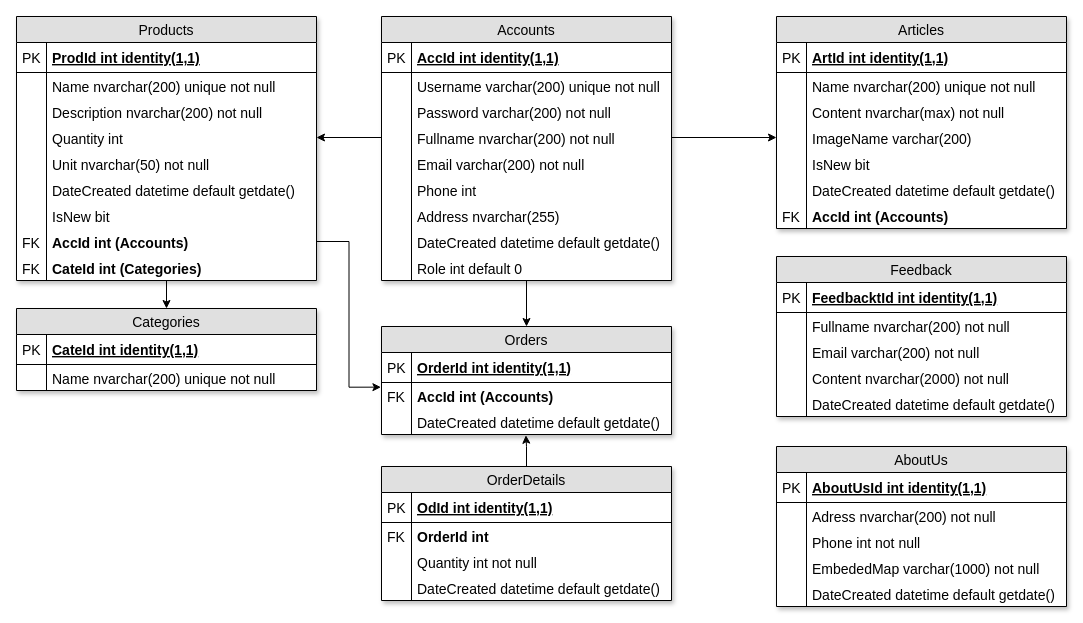
Before: page "Database" (2 of 3) of PetCare-design-Phuong-PC.drawio in duyphuong403/PetCare, a draw.io diagram. Source tidied: cells renumbered, new cells numbered last; positions are measured from the earlier drawing's top-left corner, leaving out a move shared by most shapes. Both pictures are drawn from the tidied source at 100%, with x=0, y=0 at pixel (16, 16).
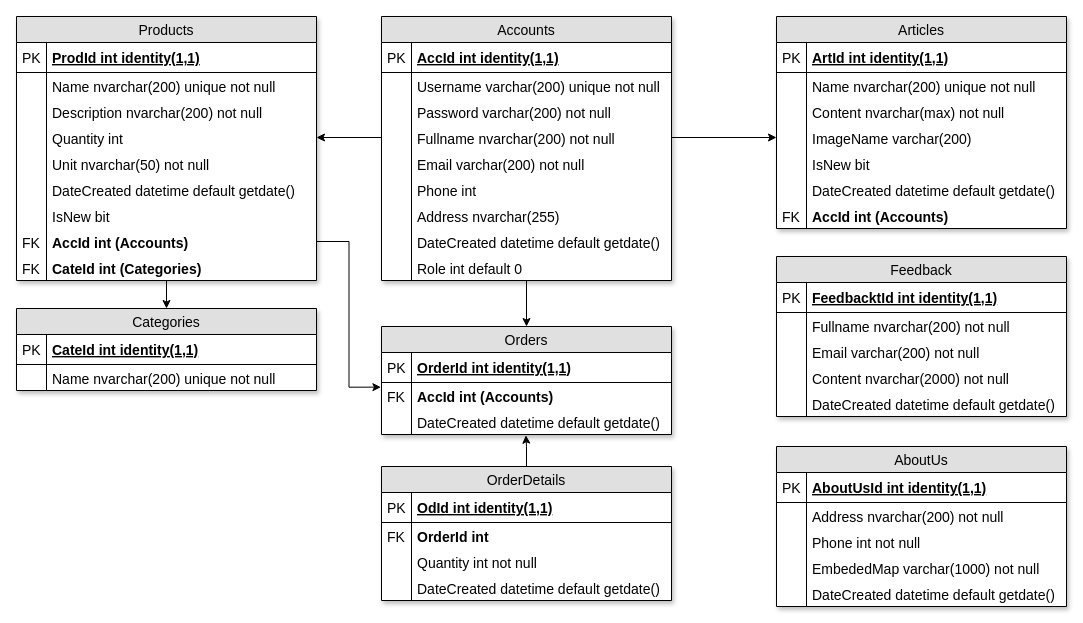
After the change.

The change refers to these unchanged cells:
```xml
<mxCell id="93" value="AboutUs" style="swimlane;fontStyle=0;horizontal=1;startSize=26;fillColor=#e0e0e0;swimlaneFillColor=#ffffff;align=center;fontSize=14;glass=0;rounded=0;swimlaneLine=1;shadow=1;comic=0;" parent="1" vertex="1">
  <mxGeometry x="760" y="430" width="290" height="160" as="geometry" />
</mxCell>
```

The edit, as a diff of the source:
```diff
@@
-    <mxCell id="96" value="Adress nvarchar(200) not null" style="shape=partialRectangle;top=0;left=0;right=0;bottom=0;align=left;verticalAlign=top;fillColor=none;spacingLeft=34;spacingRight=4;overflow=hidden;fontSize=14;" parent="93" vertex="1">
+    <mxCell id="96" value="Address nvarchar(200) not null" style="shape=partialRectangle;top=0;left=0;right=0;bottom=0;align=left;verticalAlign=top;fillColor=none;spacingLeft=34;spacingRight=4;overflow=hidden;fontSize=14;" parent="93" vertex="1">
       <mxGeometry y="56" width="290" height="26" as="geometry" />
     </mxCell>
```
